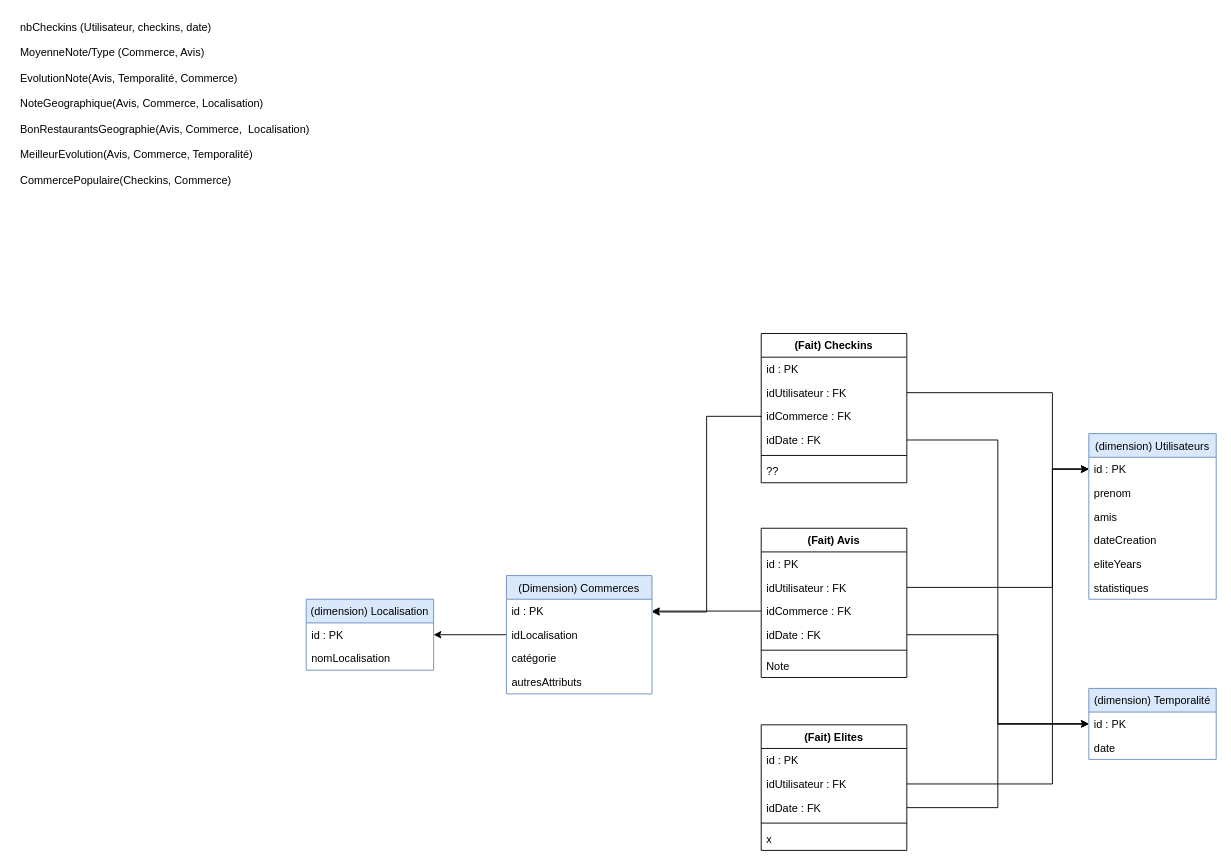
Before: structure.drawio in FC-Dijkstra/YelpETL, a draw.io diagram. Source tidied: cells renumbered, new cells numbered last; positions are measured from the earlier drawing's top-left corner, leaving out a move shared by most shapes. Both pictures are drawn from the tidied source at 91%, with x=0, y=0 at pixel (15, 15).
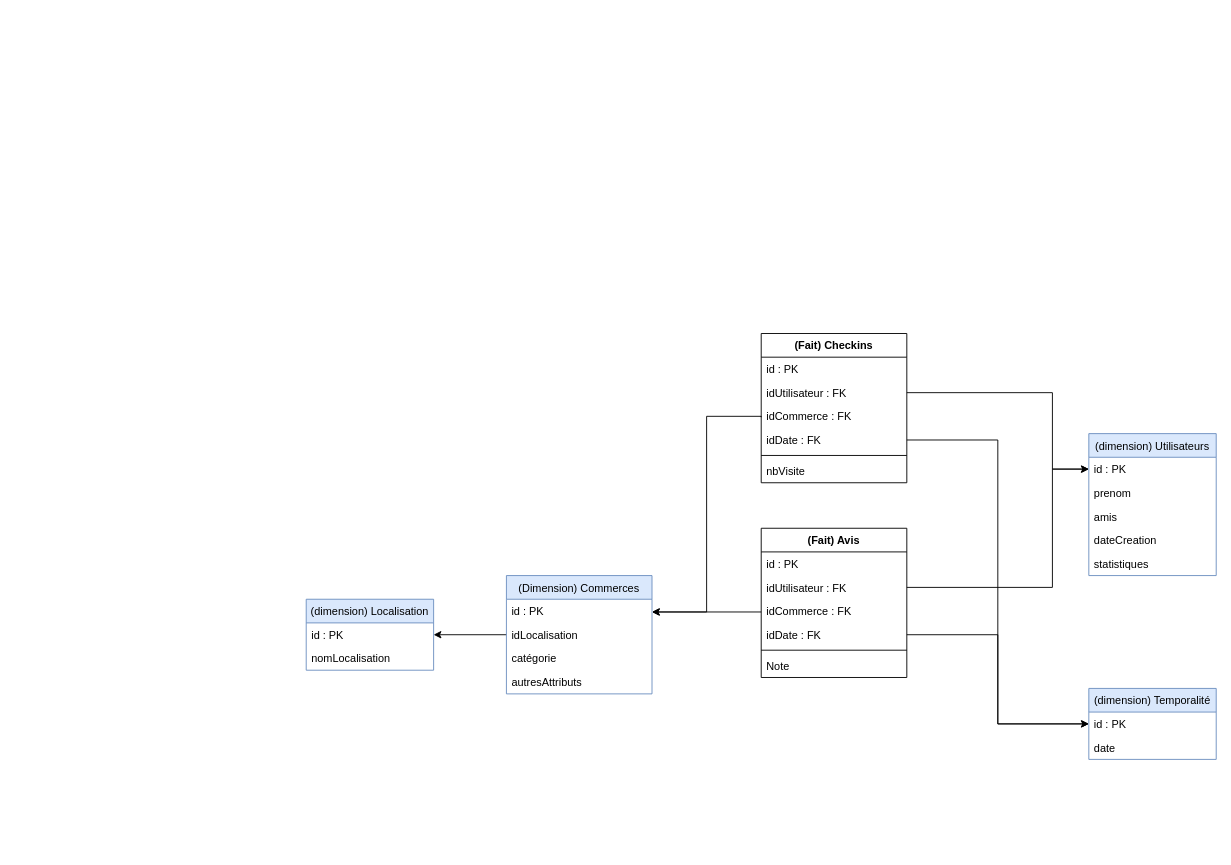
The same page after the edit.

The change refers to these unchanged cells:
```xml
<mxCell id="4" value="id : PK" style="text;strokeColor=none;fillColor=none;align=left;verticalAlign=top;spacingLeft=4;spacingRight=4;overflow=hidden;points=[[0,0.5],[1,0.5]];portConstraint=eastwest;" parent="3" vertex="1">
  <mxGeometry y="26" width="160" height="26" as="geometry" />
</mxCell>
<mxCell id="12" value="id : PK" style="text;strokeColor=none;fillColor=none;align=left;verticalAlign=top;spacingLeft=4;spacingRight=4;overflow=hidden;points=[[0,0.5],[1,0.5]];portConstraint=eastwest;" parent="11" vertex="1">
  <mxGeometry y="26" width="140" height="26" as="geometry" />
</mxCell>
<mxCell id="15" value="id : PK&#10;" style="text;strokeColor=none;fillColor=none;align=left;verticalAlign=top;spacingLeft=4;spacingRight=4;overflow=hidden;points=[[0,0.5],[1,0.5]];portConstraint=eastwest;" parent="14" vertex="1">
  <mxGeometry y="26" width="140" height="26" as="geometry" />
</mxCell>
<mxCell id="26" value="idCommerce : FK" style="text;strokeColor=none;fillColor=none;align=left;verticalAlign=top;spacingLeft=4;spacingRight=4;overflow=hidden;points=[[0,0.5],[1,0.5]];portConstraint=eastwest;" parent="23" vertex="1">
  <mxGeometry y="78" width="160" height="26" as="geometry" />
</mxCell>
<mxCell id="31" value="(Fait) Checkins" style="swimlane;fontStyle=1;align=center;verticalAlign=top;horizontal=1;startSize=26;" parent="1" vertex="1">
  <mxGeometry x="820" y="350" width="160" height="164" as="geometry" />
</mxCell>
```

What changed in the source:
```diff
@@
     <mxCell id="14" value="(dimension) Utilisateurs" style="swimlane;fontStyle=0;horizontal=1;startSize=26;fillColor=#dae8fc;strokeColor=#6c8ebf;" parent="1" vertex="1">
-      <mxGeometry x="1180" y="460" width="140" height="182" as="geometry" />
+      <mxGeometry x="1180" y="460" width="140" height="156" as="geometry" />
     </mxCell>
@@
-    <mxCell id="19" value="eliteYears" style="text;strokeColor=none;fillColor=none;align=left;verticalAlign=top;spacingLeft=4;spacingRight=4;overflow=hidden;" parent="14" vertex="1">
-      <mxGeometry y="130" width="140" height="26" as="geometry" />
-    </mxCell>
     <mxCell id="20" value="statistiques" style="text;strokeColor=none;fillColor=none;align=left;verticalAlign=top;spacingLeft=4;spacingRight=4;overflow=hidden;" parent="14" vertex="1">
-      <mxGeometry y="156" width="140" height="26" as="geometry" />
+      <mxGeometry y="130" width="140" height="26" as="geometry" />
     </mxCell>
-    <mxCell id="21" style="edgeStyle=orthogonalEdgeStyle;rounded=0;jettySize=auto;html=1;exitX=0;exitY=0.5;exitDx=0;exitDy=0;entryX=1;entryY=0.5;entryDx=0;entryDy=0;" parent="1" edge="1" source="26" target="4">
-      <mxGeometry relative="1" as="geometry" />
+    <mxCell id="21" style="edgeStyle=orthogonalEdgeStyle;rounded=0;orthogonalLoop=1;jettySize=auto;html=1;exitX=0;exitY=0.5;exitDx=0;exitDy=0;entryX=1;entryY=0.5;entryDx=0;entryDy=0;" parent="1" edge="1">
+      <mxGeometry relative="1" as="geometry">
+        <mxPoint x="820" y="656" as="sourcePoint" />
+        <mxPoint x="700" y="656" as="targetPoint" />
+      </mxGeometry>
     </mxCell>
-    <mxCell id="22" value="nbCheckins (Utilisateur, checkins, date)&#10;&#10;MoyenneNote/Type (Commerce, Avis)&#10;&#10;EvolutionNote(Avis, Temporalité, Commerce)&#10;&#10;NoteGeographique(Avis, Commerce, Localisation)&#10;&#10;BonRestaurantsGeographie(Avis, Commerce,  Localisation)&#10;&#10;MeilleurEvolution(Avis, Commerce, Temporalité)&#10;&#10;CommercePopulaire(Checkins, Commerce)&#10;&#10;" style="text;strokeColor=none;fillColor=none;align=left;verticalAlign=top;spacingLeft=4;spacingRight=4;overflow=hidden;" parent="1" vertex="1">
-      <mxGeometry width="330" height="370" as="geometry" />
-    </mxCell>
@@
-    <mxCell id="37" value="??" style="text;strokeColor=none;fillColor=none;align=left;verticalAlign=top;spacingLeft=4;spacingRight=4;overflow=hidden;" parent="31" vertex="1">
+    <mxCell id="37" value="nbVisite" style="text;strokeColor=none;fillColor=none;align=left;verticalAlign=top;spacingLeft=4;spacingRight=4;overflow=hidden;" parent="31" vertex="1">
       <mxGeometry y="138" width="160" height="26" as="geometry" />
     </mxCell>
@@
-    <mxCell id="39" value="(Fait) Elites" style="swimlane;fontStyle=1;align=center;verticalAlign=top;horizontal=1;startSize=26;" parent="1" vertex="1">
-      <mxGeometry x="820" y="780" width="160" height="138" as="geometry" />
-    </mxCell>
-    <mxCell id="40" value="id : PK" style="text;strokeColor=none;fillColor=none;align=left;verticalAlign=top;spacingLeft=4;spacingRight=4;overflow=hidden;" parent="39" vertex="1">
-      <mxGeometry y="26" width="160" height="26" as="geometry" />
-    </mxCell>
-    <mxCell id="41" value="idUtilisateur : FK" style="text;strokeColor=none;fillColor=none;align=left;verticalAlign=top;spacingLeft=4;spacingRight=4;overflow=hidden;points=[[0,0.5],[1,0.5]];portConstraint=eastwest;" parent="39" vertex="1">
-      <mxGeometry y="52" width="160" height="26" as="geometry" />
-    </mxCell>
-    <mxCell id="42" value="idDate : FK" style="text;strokeColor=none;fillColor=none;align=left;verticalAlign=top;spacingLeft=4;spacingRight=4;overflow=hidden;points=[[0,0.5],[1,0.5]];portConstraint=eastwest;" parent="39" vertex="1">
-      <mxGeometry y="78" width="160" height="26" as="geometry" />
-    </mxCell>
-    <mxCell id="43" style="line;strokeWidth=1;fillColor=none;align=left;verticalAlign=middle;spacingTop=-1;spacingLeft=3;spacingRight=3;labelPosition=right;strokeColor=inherit;" parent="39" vertex="1">
-      <mxGeometry y="104" width="160" height="8" as="geometry" />
-    </mxCell>
-    <mxCell id="44" value="x" style="text;strokeColor=none;fillColor=none;align=left;verticalAlign=top;spacingLeft=4;spacingRight=4;overflow=hidden;" parent="39" vertex="1">
-      <mxGeometry y="112" width="160" height="26" as="geometry" />
-    </mxCell>
-    <mxCell id="45" style="edgeStyle=orthogonalEdgeStyle;rounded=0;jettySize=auto;html=1;exitX=1;exitY=0.5;exitDx=0;exitDy=0;entryX=0;entryY=0.5;entryDx=0;entryDy=0;" parent="1" edge="1" source="42" target="12">
-      <mxGeometry relative="1" as="geometry" />
-    </mxCell>
@@
-    <mxCell id="47" style="edgeStyle=orthogonalEdgeStyle;rounded=0;jettySize=auto;html=1;exitX=1;exitY=0.5;exitDx=0;exitDy=0;" parent="1" edge="1" source="41" target="15">
-      <mxGeometry relative="1" as="geometry">
-        <Array as="points">
-          <mxPoint x="1140" y="845" />
-          <mxPoint x="1140" y="499" />
-        </Array>
-      </mxGeometry>
-    </mxCell>
```
